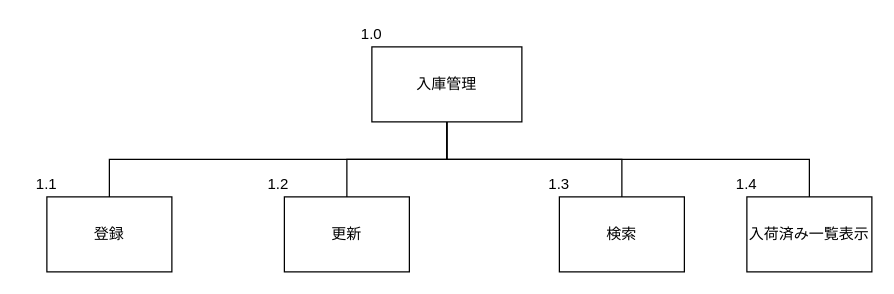
Above: サブシステム構造図/入庫管理.drawio in Yamanin3/system-devel (draw.io), before the change. Source tidied: cells renumbered, new cells numbered last; positions are measured from the earlier drawing's top-left corner, leaving out a move shared by most shapes. Both pictures are drawn from the tidied source at 125%, with x=0, y=0 at pixel (21, 21).
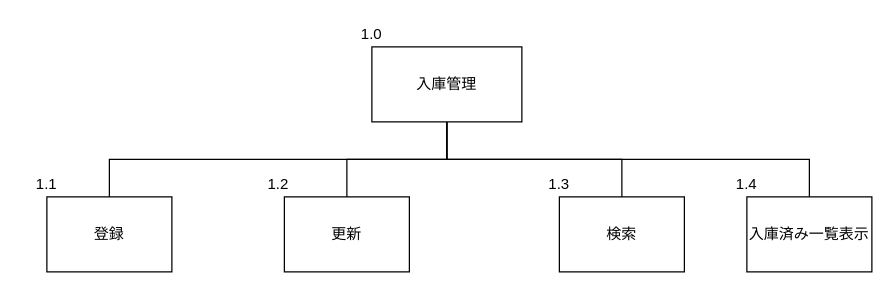
Above is the later version.

Change to the diagram source:
```diff
@@
 <mxGraphModel>
   <root>
     <mxCell id="0" />
     <mxCell id="1" parent="0" />
     <mxCell id="2" value="入庫管理" style="whiteSpace=wrap;html=1;align=center;" parent="1" vertex="1">
       <mxGeometry x="280" y="20" width="120" height="60" as="geometry" />
     </mxCell>
     <mxCell id="3" value="検索" style="whiteSpace=wrap;html=1;align=center;verticalAlign=middle;" parent="1" vertex="1">
       <mxGeometry x="430" y="140" width="100" height="60" as="geometry" />
     </mxCell>
     <mxCell id="4" style="edgeStyle=elbowEdgeStyle;elbow=vertical;startArrow=none;endArrow=none;rounded=0;exitX=0.5;exitY=1;exitDx=0;exitDy=0;" parent="1" edge="1" source="2" target="3">
       <mxGeometry relative="1" as="geometry" />
     </mxCell>
     <mxCell id="5" value="更新" style="whiteSpace=wrap;html=1;align=center;verticalAlign=middle;" parent="1" vertex="1">
       <mxGeometry x="210" y="140" width="100" height="60" as="geometry" />
     </mxCell>
     <mxCell id="6" style="edgeStyle=elbowEdgeStyle;elbow=vertical;startArrow=none;endArrow=none;rounded=0;exitX=0.5;exitY=1;exitDx=0;exitDy=0;" parent="1" edge="1" source="2" target="5">
       <mxGeometry relative="1" as="geometry" />
     </mxCell>
     <mxCell id="7" style="edgeStyle=elbowEdgeStyle;elbow=vertical;startArrow=none;endArrow=none;rounded=0;entryX=0.5;entryY=0;entryDx=0;entryDy=0;" parent="1" edge="1" target="14">
       <mxGeometry relative="1" as="geometry">
         <mxPoint x="340" y="110" as="sourcePoint" />
         <Array as="points">
           <mxPoint x="370" y="110" />
           <mxPoint x="420" y="100" />
         </Array>
       </mxGeometry>
     </mxCell>
     <mxCell id="8" value="1.0" style="text;html=1;strokeColor=none;fillColor=none;align=center;verticalAlign=middle;whiteSpace=wrap;rounded=0;" parent="1" vertex="1">
       <mxGeometry x="260" width="40" height="20" as="geometry" />
     </mxCell>
     <mxCell id="9" value="登録" style="whiteSpace=wrap;html=1;align=center;verticalAlign=middle;" parent="1" vertex="1">
       <mxGeometry x="20" y="140" width="100" height="60" as="geometry" />
     </mxCell>
     <mxCell id="10" value="1.1" style="text;html=1;strokeColor=none;fillColor=none;align=center;verticalAlign=middle;whiteSpace=wrap;rounded=0;" parent="1" vertex="1">
       <mxGeometry y="120" width="40" height="20" as="geometry" />
     </mxCell>
     <mxCell id="11" value="1.4" style="text;html=1;strokeColor=none;fillColor=none;align=center;verticalAlign=middle;whiteSpace=wrap;rounded=0;" parent="1" vertex="1">
       <mxGeometry x="560" y="120" width="40" height="20" as="geometry" />
     </mxCell>
     <mxCell id="12" value="1.3" style="text;html=1;strokeColor=none;fillColor=none;align=center;verticalAlign=middle;whiteSpace=wrap;rounded=0;" parent="1" vertex="1">
       <mxGeometry x="410" y="120" width="40" height="20" as="geometry" />
     </mxCell>
     <mxCell id="13" value="1.2" style="text;html=1;align=left;verticalAlign=top;spacingTop=-4;direction=east;rotation=0;" parent="1" vertex="1">
       <mxGeometry x="195" y="120" width="30" height="20" as="geometry" />
     </mxCell>
-    <mxCell id="14" value="入荷済み一覧表示" style="whiteSpace=wrap;html=1;align=center;verticalAlign=middle;" parent="1" vertex="1">
+    <mxCell id="14" value="入庫済み一覧表示" style="whiteSpace=wrap;html=1;align=center;verticalAlign=middle;" parent="1" vertex="1">
       <mxGeometry x="580" y="140" width="100" height="60" as="geometry" />
     </mxCell>
     <mxCell id="15" style="edgeStyle=elbowEdgeStyle;elbow=vertical;startArrow=none;endArrow=none;rounded=0;entryX=0.5;entryY=0;entryDx=0;entryDy=0;exitX=0.5;exitY=1;exitDx=0;exitDy=0;" parent="1" edge="1" source="2" target="9">
       <mxGeometry relative="1" as="geometry" />
     </mxCell>
   </root>
 </mxGraphModel>
```
